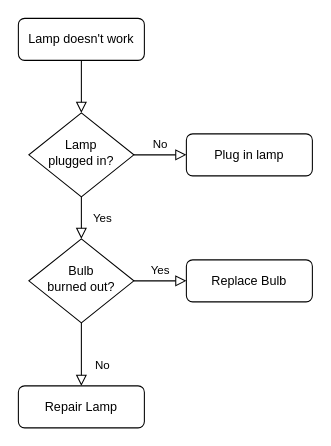
Before: 未命名绘图.drawio in plko345/FlowChart, a draw.io diagram. Source tidied: cells renumbered, new cells numbered last; positions are measured from the earlier drawing's top-left corner, leaving out a move shared by most shapes. Both pictures are drawn from the tidied source at 105%, with x=0, y=0 at pixel (18, 18).
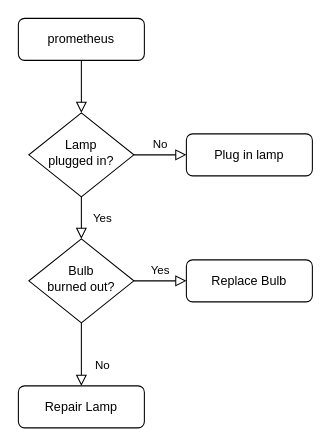
The same page after the edit.

What changed in the source:
```diff
@@
 <mxGraphModel>
   <root>
     <mxCell id="0" />
     <mxCell id="1" parent="0" />
     <mxCell id="2" style="rounded=0;html=1;jettySize=auto;fontSize=11;endArrow=block;endFill=0;endSize=8;strokeWidth=1;shadow=0;labelBackgroundColor=none;edgeStyle=orthogonalEdgeStyle;" parent="1" edge="1" source="3" target="6">
       <mxGeometry relative="1" as="geometry" />
     </mxCell>
-    <mxCell id="3" value="Lamp doesn't work" style="rounded=1;whiteSpace=wrap;html=1;fontSize=12;glass=0;strokeWidth=1;shadow=0;" parent="1" vertex="1">
+    <mxCell id="3" value="prometheus" style="rounded=1;whiteSpace=wrap;html=1;fontSize=12;glass=0;strokeWidth=1;shadow=0;" parent="1" vertex="1">
       <mxGeometry width="120" height="40" as="geometry" />
     </mxCell>
     <mxCell id="4" value="Yes" style="rounded=0;html=1;jettySize=auto;fontSize=11;endArrow=block;endFill=0;endSize=8;strokeWidth=1;shadow=0;labelBackgroundColor=none;edgeStyle=orthogonalEdgeStyle;" parent="1" edge="1" source="6" target="10">
       <mxGeometry y="20" relative="1" as="geometry" />
     </mxCell>
     <mxCell id="5" value="No" style="edgeStyle=orthogonalEdgeStyle;rounded=0;html=1;jettySize=auto;fontSize=11;endArrow=block;endFill=0;endSize=8;strokeWidth=1;shadow=0;labelBackgroundColor=none;" parent="1" edge="1" source="6" target="7">
       <mxGeometry y="10" relative="1" as="geometry" />
     </mxCell>
     <mxCell id="6" value="Lamp&lt;br&gt;plugged in?" style="rhombus;whiteSpace=wrap;html=1;shadow=0;fontFamily=Helvetica;fontSize=12;align=center;strokeWidth=1;spacing=6;spacingTop=-4;" parent="1" vertex="1">
       <mxGeometry x="10" y="90" width="100" height="80" as="geometry" />
     </mxCell>
     <mxCell id="7" value="Plug in lamp" style="rounded=1;whiteSpace=wrap;html=1;fontSize=12;glass=0;strokeWidth=1;shadow=0;" parent="1" vertex="1">
       <mxGeometry x="160" y="110" width="120" height="40" as="geometry" />
     </mxCell>
     <mxCell id="8" value="No" style="rounded=0;html=1;jettySize=auto;fontSize=11;endArrow=block;endFill=0;endSize=8;strokeWidth=1;shadow=0;labelBackgroundColor=none;edgeStyle=orthogonalEdgeStyle;" parent="1" edge="1" source="10" target="11">
       <mxGeometry x="0.33" y="20" relative="1" as="geometry" />
     </mxCell>
     <mxCell id="9" value="Yes" style="edgeStyle=orthogonalEdgeStyle;rounded=0;html=1;jettySize=auto;fontSize=11;endArrow=block;endFill=0;endSize=8;strokeWidth=1;shadow=0;labelBackgroundColor=none;" parent="1" edge="1" source="10" target="12">
       <mxGeometry y="10" relative="1" as="geometry" />
     </mxCell>
     <mxCell id="10" value="Bulb&lt;br&gt;burned out?" style="rhombus;whiteSpace=wrap;html=1;shadow=0;fontFamily=Helvetica;fontSize=12;align=center;strokeWidth=1;spacing=6;spacingTop=-4;" parent="1" vertex="1">
       <mxGeometry x="10" y="210" width="100" height="80" as="geometry" />
     </mxCell>
     <mxCell id="11" value="Repair Lamp" style="rounded=1;whiteSpace=wrap;html=1;fontSize=12;glass=0;strokeWidth=1;shadow=0;" parent="1" vertex="1">
       <mxGeometry y="350" width="120" height="40" as="geometry" />
     </mxCell>
     <mxCell id="12" value="Replace Bulb" style="rounded=1;whiteSpace=wrap;html=1;fontSize=12;glass=0;strokeWidth=1;shadow=0;" parent="1" vertex="1">
       <mxGeometry x="160" y="230" width="120" height="40" as="geometry" />
     </mxCell>
   </root>
 </mxGraphModel>
```
